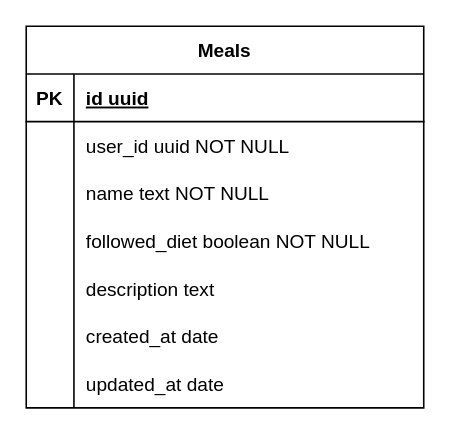
Earlier version of the draw.io diagram daily-diet-api.drawio (raphaeljcm/daily-diet-api-nodejs). Source tidied: cells renumbered, new cells numbered last; positions are measured from the earlier drawing's top-left corner, leaving out a move shared by most shapes. Both pictures are drawn from the tidied source at 159%, with x=0, y=0 at pixel (25, 25).
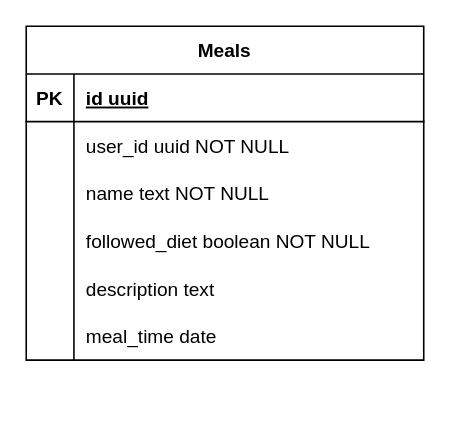
After the change.

Commit message (it also covers changes not shown here):
feat: update database modeling

The change refers to these unchanged cells:
```xml
<mxCell id="18" style="shape=partialRectangle;fillColor=none;top=0;left=0;right=0;bottom=0;" parent="2" vertex="1">
  <mxGeometry y="180" width="250" height="30" as="geometry" />
</mxCell>
```

Diff of the diagram source:
```diff
@@
     <mxCell id="2" value="Meals" style="shape=table;startSize=30;childLayout=tableLayout;rowLines=0;fontStyle=1;align=center;" parent="1" vertex="1">
-      <mxGeometry width="250" height="240" as="geometry" />
+      <mxGeometry width="250" height="210" as="geometry" />
     </mxCell>
@@
-    <mxCell id="20" value="created_at date" style="shape=partialRectangle;overflow=hidden;fillColor=none;top=0;left=0;bottom=0;right=0;align=left;spacingLeft=6;" parent="18" vertex="1">
+    <mxCell id="20" value="meal_time date" style="shape=partialRectangle;overflow=hidden;fillColor=none;top=0;left=0;bottom=0;right=0;align=left;spacingLeft=6;" parent="18" vertex="1">
       <mxGeometry x="30" width="220" height="30" as="geometry" />
     </mxCell>
-    <mxCell id="21" style="shape=partialRectangle;fillColor=none;top=0;left=0;right=0;bottom=0;" parent="2" vertex="1">
-      <mxGeometry y="210" width="250" height="30" as="geometry" />
-    </mxCell>
-    <mxCell id="22" style="shape=partialRectangle;overflow=hidden;fillColor=none;top=0;left=0;bottom=0;right=0;" parent="21" vertex="1">
-      <mxGeometry width="30" height="30" as="geometry" />
-    </mxCell>
-    <mxCell id="23" value="updated_at date" style="shape=partialRectangle;overflow=hidden;fillColor=none;top=0;left=0;bottom=0;right=0;align=left;spacingLeft=6;" parent="21" vertex="1">
-      <mxGeometry x="30" width="220" height="30" as="geometry" />
-    </mxCell>
```
